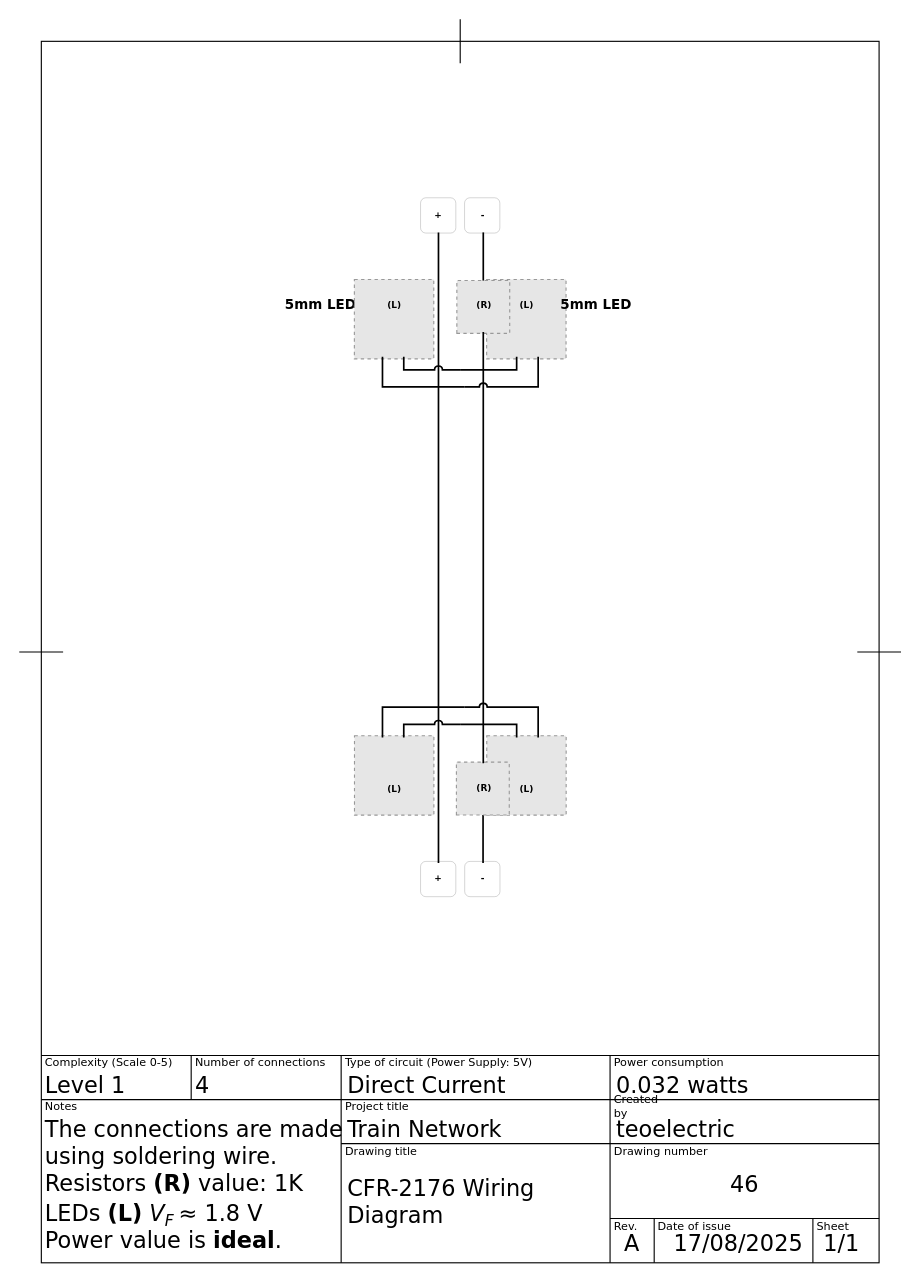
The draw.io diagram Projects/TrainNetwork/Wagons/CFR-2176/Design/WiringDiagram/DRAWIO/CFR-2176_Wiring_Diagram.drawio in teodormorosanu/Electronic-Projects, before the edit. Source tidied: cells renumbered, new cells numbered last; positions are measured from the earlier drawing's top-left corner, leaving out a move shared by most shapes. Both pictures are drawn from the tidied source at 112%, with x=0, y=0 at pixel (19, 19). Pictures stored in the file or linked from it are replaced by grey dashed boxes.
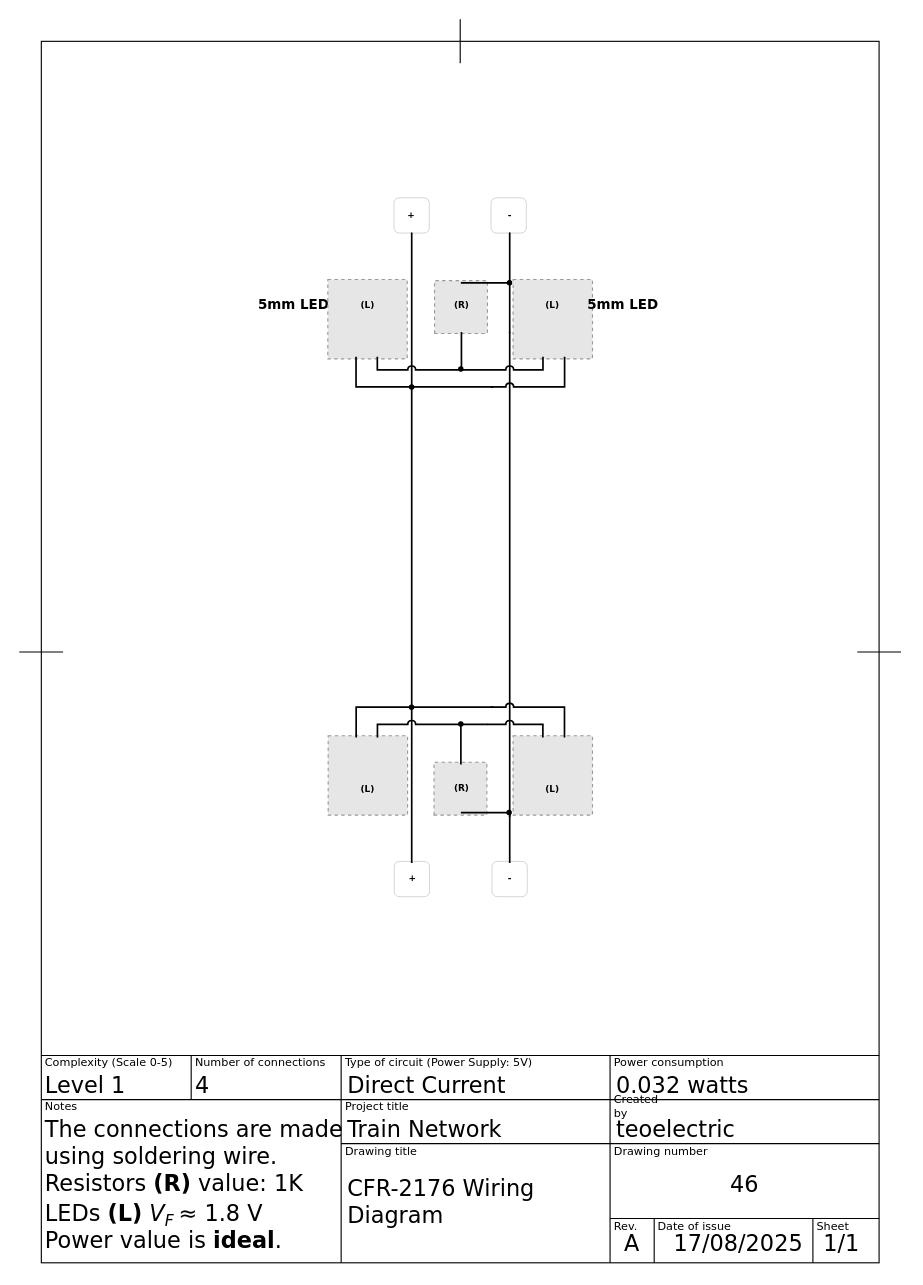
The same diagram, later.

Diff of the diagram source:
```diff
@@
     <mxCell id="42" value="&lt;font color=&quot;#000000&quot;&gt;5mm LED&lt;/font&gt;" style="text;html=1;align=center;verticalAlign=middle;whiteSpace=wrap;rounded=0;fontFamily=Verdana;fontSize=12;fontColor=#E41B17;fontStyle=1;labelBackgroundColor=none;labelBorderColor=none;textShadow=0;" parent="1" vertex="1">
-      <mxGeometry x="232" y="245.7" width="73.8" height="18.2" as="geometry" />
+      <mxGeometry x="208.3" y="245.7" width="73.8" height="18.2" as="geometry" />
     </mxCell>
@@
     <mxCell id="44" style="fillColor=#E6E6E6;strokeColor=#999999;dashed=1;verticalLabelPosition=bottom;verticalAlign=top;" parent="1" vertex="1">
-      <mxGeometry x="298.9" y="232" width="70.9" height="70.9" as="geometry" />
+      <mxGeometry x="275.2" y="232" width="70.9" height="70.9" as="geometry" />
     </mxCell>
     <mxCell id="45" style="fillColor=#E6E6E6;strokeColor=#999999;dashed=1;verticalLabelPosition=bottom;verticalAlign=top;" parent="1" vertex="1">
-      <mxGeometry x="417" y="232" width="70.9" height="70.9" as="geometry" />
+      <mxGeometry x="440.6" y="232" width="70.9" height="70.9" as="geometry" />
     </mxCell>
     <mxCell id="46" style="fillColor=#E6E6E6;strokeColor=#999999;dashed=1;verticalLabelPosition=bottom;verticalAlign=top;" parent="1" vertex="1">
-      <mxGeometry x="299" y="639.4" width="70.9" height="70.9" as="geometry" />
+      <mxGeometry x="275.5" y="639.4" width="70.9" height="70.9" as="geometry" />
     </mxCell>
     <mxCell id="47" style="fillColor=#E6E6E6;strokeColor=#999999;dashed=1;verticalLabelPosition=bottom;verticalAlign=top;" parent="1" vertex="1">
-      <mxGeometry x="417.1" y="639.4" width="70.9" height="70.9" as="geometry" />
+      <mxGeometry x="440.6" y="639.4" width="70.9" height="70.9" as="geometry" />
     </mxCell>
     <mxCell id="48" style="rounded=1;whiteSpace=wrap;html=1;fillColor=none;strokeWidth=0.15;" parent="1" vertex="1">
-      <mxGeometry x="397.3" y="159.1" width="31.5" height="31.5" as="geometry" />
+      <mxGeometry x="420.9" y="159.1" width="31.5" height="31.5" as="geometry" />
     </mxCell>
     <mxCell id="49" style="rounded=1;whiteSpace=wrap;html=1;fillColor=none;strokeWidth=0.15;" parent="1" vertex="1">
-      <mxGeometry x="358" y="159.1" width="31.5" height="31.5" as="geometry" />
+      <mxGeometry x="334.3" y="159.1" width="31.5" height="31.5" as="geometry" />
     </mxCell>
-    <mxCell id="50" style="rounded=1;whiteSpace=wrap;html=1;fillColor=none;strokeWidth=0.15;" parent="1" vertex="1">
-      <mxGeometry x="397.4" y="751.6" width="31.5" height="31.5" as="geometry" />
-    </mxCell>
     <mxCell id="51" style="rounded=1;whiteSpace=wrap;html=1;fillColor=none;strokeWidth=0.15;" parent="1" vertex="1">
-      <mxGeometry x="358" y="751.6" width="31.5" height="31.5" as="geometry" />
+      <mxGeometry x="334.5" y="751.6" width="31.5" height="31.5" as="geometry" />
     </mxCell>
     <mxCell id="52" value="&lt;font color=&quot;#000000&quot; style=&quot;font-size: 8px;&quot;&gt;+&lt;/font&gt;" style="text;html=1;align=center;verticalAlign=middle;whiteSpace=wrap;rounded=0;fontFamily=Verdana;fontSize=8;fontColor=#E41B17;fontStyle=1;labelBackgroundColor=none;labelBorderColor=none;textShadow=0;" parent="1" vertex="1">
-      <mxGeometry x="357" y="165.8" width="33.5" height="18.2" as="geometry" />
+      <mxGeometry x="333.4" y="165.8" width="33.5" height="18.2" as="geometry" />
     </mxCell>
     <mxCell id="53" value="&lt;font color=&quot;#000000&quot; style=&quot;font-size: 8px;&quot;&gt;-&lt;/font&gt;" style="text;html=1;align=center;verticalAlign=middle;whiteSpace=wrap;rounded=0;fontFamily=Verdana;fontSize=8;fontColor=#E41B17;fontStyle=1;labelBackgroundColor=none;labelBorderColor=none;textShadow=0;" parent="1" vertex="1">
-      <mxGeometry x="397.4" y="165.8" width="33.5" height="18.2" as="geometry" />
+      <mxGeometry x="420.9" y="165.8" width="33.5" height="18.2" as="geometry" />
     </mxCell>
     <mxCell id="54" value="&lt;font color=&quot;#000000&quot; style=&quot;font-size: 8px;&quot;&gt;+&lt;/font&gt;" style="text;html=1;align=center;verticalAlign=middle;whiteSpace=wrap;rounded=0;fontFamily=Verdana;fontSize=8;fontColor=#E41B17;fontStyle=1;labelBackgroundColor=none;labelBorderColor=none;textShadow=0;" parent="1" vertex="1">
-      <mxGeometry x="357" y="758.3" width="33.5" height="18.2" as="geometry" />
+      <mxGeometry x="333.5" y="758.3" width="33.5" height="18.2" as="geometry" />
     </mxCell>
-    <mxCell id="55" value="&lt;font color=&quot;#000000&quot; style=&quot;font-size: 8px;&quot;&gt;-&lt;/font&gt;" style="text;html=1;align=center;verticalAlign=middle;whiteSpace=wrap;rounded=0;fontFamily=Verdana;fontSize=8;fontColor=#E41B17;fontStyle=1;labelBackgroundColor=none;labelBorderColor=none;textShadow=0;" parent="1" vertex="1">
-      <mxGeometry x="397.4" y="758.3" width="33.5" height="18.2" as="geometry" />
-    </mxCell>
     <mxCell id="56" value="&lt;font color=&quot;#000000&quot; style=&quot;font-size: 8px;&quot;&gt;(L)&lt;/font&gt;" style="text;html=1;align=center;verticalAlign=middle;whiteSpace=wrap;rounded=0;fontFamily=Verdana;fontSize=8;fontColor=#E41B17;fontStyle=1;labelBackgroundColor=none;labelBorderColor=none;textShadow=0;" parent="1" vertex="1">
-      <mxGeometry x="317.7" y="245.7" width="33.5" height="18.2" as="geometry" />
+      <mxGeometry x="294.1" y="245.7" width="33.5" height="18.2" as="geometry" />
     </mxCell>
     <mxCell id="57" value="&lt;font color=&quot;#000000&quot; style=&quot;font-size: 8px;&quot;&gt;(L)&lt;/font&gt;" style="text;html=1;align=center;verticalAlign=middle;whiteSpace=wrap;rounded=0;fontFamily=Verdana;fontSize=8;fontColor=#E41B17;fontStyle=1;labelBackgroundColor=none;labelBorderColor=none;textShadow=0;" parent="1" vertex="1">
-      <mxGeometry x="435.7" y="245.7" width="33.5" height="18.2" as="geometry" />
+      <mxGeometry x="459.3" y="245.7" width="33.5" height="18.2" as="geometry" />
     </mxCell>
     <mxCell id="58" value="&lt;font color=&quot;#000000&quot; style=&quot;font-size: 8px;&quot;&gt;(L)&lt;/font&gt;" style="text;html=1;align=center;verticalAlign=middle;whiteSpace=wrap;rounded=0;fontFamily=Verdana;fontSize=8;fontColor=#E41B17;fontStyle=1;labelBackgroundColor=none;labelBorderColor=none;textShadow=0;" parent="1" vertex="1">
-      <mxGeometry x="317.6" y="677.5" width="33.5" height="18.2" as="geometry" />
+      <mxGeometry x="294.1" y="677.5" width="33.5" height="18.2" as="geometry" />
     </mxCell>
     <mxCell id="59" value="&lt;font color=&quot;#000000&quot; style=&quot;font-size: 8px;&quot;&gt;(L)&lt;/font&gt;" style="text;html=1;align=center;verticalAlign=middle;whiteSpace=wrap;rounded=0;fontFamily=Verdana;fontSize=8;fontColor=#E41B17;fontStyle=1;labelBackgroundColor=none;labelBorderColor=none;textShadow=0;" parent="1" vertex="1">
-      <mxGeometry x="435.7" y="677.5" width="33.5" height="18.2" as="geometry" />
+      <mxGeometry x="459.2" y="677.5" width="33.5" height="18.2" as="geometry" />
     </mxCell>
     <mxCell id="60" style="endArrow=none;html=1;rounded=0;strokeWidth=1.5;" parent="1" edge="1">
       <mxGeometry relative="1" as="geometry">
-        <mxPoint x="414" y="234" as="sourcePoint" />
-        <mxPoint x="414" y="190" as="targetPoint" />
+        <mxPoint x="437.6" y="280" as="sourcePoint" />
+        <mxPoint x="437.6" y="190" as="targetPoint" />
       </mxGeometry>
     </mxCell>
     <mxCell id="61" style="fillColor=#E6E6E6;strokeColor=#999999;dashed=1;verticalLabelPosition=bottom;verticalAlign=top;rotation=-90;" parent="1" vertex="1">
-      <mxGeometry x="390.4" y="233" width="47.2" height="47.2" as="geometry" />
+      <mxGeometry x="370.5" y="233.1" width="47.2" height="47.2" as="geometry" />
     </mxCell>
     <mxCell id="62" style="endArrow=none;html=1;rounded=0;strokeWidth=1.5;" parent="1" edge="1">
       <mxGeometry relative="1" as="geometry">
-        <mxPoint x="413.8" y="753" as="sourcePoint" />
-        <mxPoint x="413.8" y="709" as="targetPoint" />
+        <mxPoint x="437.6" y="753" as="sourcePoint" />
+        <mxPoint x="437.6" y="709" as="targetPoint" />
       </mxGeometry>
     </mxCell>
     <mxCell id="63" style="fillColor=#E6E6E6;strokeColor=#999999;dashed=1;verticalLabelPosition=bottom;verticalAlign=top;rotation=-90;" parent="1" vertex="1">
-      <mxGeometry x="390" y="663" width="47.2" height="47.2" as="geometry" />
+      <mxGeometry x="370" y="663.1" width="47.2" height="47.2" as="geometry" />
     </mxCell>
     <mxCell id="64" style="edgeStyle=segmentEdgeStyle;endArrow=none;html=1;curved=0;rounded=0;endSize=8;startSize=8;endFill=0;jumpStyle=none;strokeColor=#000000;strokeWidth=1.5;" parent="1" edge="1">
       <mxGeometry relative="1" as="geometry">
-        <mxPoint x="374" y="190" as="sourcePoint" />
-        <mxPoint x="374" y="753" as="targetPoint" />
+        <mxPoint x="350.1" y="190" as="sourcePoint" />
+        <mxPoint x="350.1" y="753" as="targetPoint" />
         <Array as="points">
-          <mxPoint x="374" y="450" />
-          <mxPoint x="374" y="450" />
+          <mxPoint x="350.1" y="450" />
+          <mxPoint x="350.1" y="450" />
         </Array>
       </mxGeometry>
     </mxCell>
-    <mxCell id="65" style="edgeStyle=segmentEdgeStyle;endArrow=none;html=1;curved=0;rounded=0;endSize=8;startSize=8;endFill=0;jumpStyle=none;strokeColor=#000000;strokeWidth=1.5;jumpSize=6;" parent="1" edge="1">
-      <mxGeometry relative="1" as="geometry">
-        <mxPoint x="394" y="312.7" as="sourcePoint" />
-        <mxPoint x="443.8" y="301" as="targetPoint" />
-        <Array as="points">
-          <mxPoint x="394" y="312.7" />
-          <mxPoint x="444" y="312.7" />
-        </Array>
-      </mxGeometry>
-    </mxCell>
     <mxCell id="66" style="endArrow=none;html=1;rounded=0;strokeWidth=1.5;jumpStyle=none;" parent="1" edge="1">
       <mxGeometry relative="1" as="geometry">
-        <mxPoint x="414" y="664" as="sourcePoint" />
-        <mxPoint x="414" y="279" as="targetPoint" />
+        <mxPoint x="437.6" y="712" as="sourcePoint" />
+        <mxPoint x="437.6" y="279" as="targetPoint" />
       </mxGeometry>
     </mxCell>
     <mxCell id="67" style="edgeStyle=segmentEdgeStyle;endArrow=none;html=1;curved=0;rounded=0;endSize=8;startSize=8;endFill=0;jumpStyle=arc;strokeColor=#000000;strokeWidth=1.5;jumpSize=6;" parent="1" edge="1">
       <mxGeometry relative="1" as="geometry">
-        <mxPoint x="394" y="312.7" as="sourcePoint" />
-        <mxPoint x="343" y="301" as="targetPoint" />
+        <mxPoint x="418" y="312.7" as="sourcePoint" />
+        <mxPoint x="319.4" y="301" as="targetPoint" />
         <Array as="points">
-          <mxPoint x="392.8" y="312.7" />
-          <mxPoint x="342.8" y="312.7" />
+          <mxPoint x="369.1" y="312.7" />
+          <mxPoint x="319.1" y="312.7" />
         </Array>
       </mxGeometry>
     </mxCell>
     <mxCell id="68" style="edgeStyle=segmentEdgeStyle;endArrow=none;html=1;curved=0;rounded=0;endSize=8;startSize=8;endFill=0;jumpStyle=arc;strokeColor=#000000;strokeWidth=1.5;jumpSize=6;" parent="1" edge="1">
       <mxGeometry relative="1" as="geometry">
-        <mxPoint x="397" y="328" as="sourcePoint" />
-        <mxPoint x="463" y="301" as="targetPoint" />
+        <mxPoint x="420.6" y="328" as="sourcePoint" />
+        <mxPoint x="486.6" y="301" as="targetPoint" />
         <Array as="points">
-          <mxPoint x="397" y="328" />
-          <mxPoint x="463" y="328" />
+          <mxPoint x="420.6" y="328" />
+          <mxPoint x="486.6" y="328" />
         </Array>
       </mxGeometry>
     </mxCell>
     <mxCell id="69" style="edgeStyle=segmentEdgeStyle;endArrow=none;html=1;curved=0;rounded=0;endSize=8;startSize=8;endFill=0;jumpStyle=none;strokeColor=#000000;strokeWidth=1.5;jumpSize=6;" parent="1" edge="1">
       <mxGeometry relative="1" as="geometry">
-        <mxPoint x="397" y="328" as="sourcePoint" />
-        <mxPoint x="324" y="301" as="targetPoint" />
+        <mxPoint x="423" y="328" as="sourcePoint" />
+        <mxPoint x="300.4" y="301" as="targetPoint" />
         <Array as="points">
-          <mxPoint x="390" y="328" />
-          <mxPoint x="324" y="328" />
+          <mxPoint x="366.4" y="328" />
+          <mxPoint x="300.4" y="328" />
         </Array>
       </mxGeometry>
     </mxCell>
-    <mxCell id="70" style="group;flipV=1;" parent="1" vertex="1">
-      <mxGeometry x="324" y="613.9" width="139" height="27" as="geometry" />
-    </mxCell>
+    <mxCell id="75" value="&lt;font color=&quot;#000000&quot;&gt;5mm LED&lt;/font&gt;" style="text;html=1;align=center;verticalAlign=middle;whiteSpace=wrap;rounded=0;fontFamily=Verdana;fontSize=12;fontColor=#E41B17;fontStyle=1;labelBackgroundColor=none;labelBorderColor=none;textShadow=0;" parent="1" vertex="1">
+      <mxGeometry x="501.6" y="245.7" width="73.8" height="18.2" as="geometry" />
+    </mxCell>
+    <mxCell id="76" value="&lt;font color=&quot;#000000&quot; style=&quot;font-size: 8px;&quot;&gt;(R)&lt;/font&gt;" style="text;html=1;align=center;verticalAlign=middle;whiteSpace=wrap;rounded=0;fontFamily=Verdana;fontSize=8;fontColor=#E41B17;fontStyle=1;labelBackgroundColor=none;labelBorderColor=none;textShadow=0;" parent="1" vertex="1">
+      <mxGeometry x="378.1" y="246.1" width="33.5" height="18.2" as="geometry" />
+    </mxCell>
+    <mxCell id="77" value="&lt;font color=&quot;#000000&quot; style=&quot;font-size: 8px;&quot;&gt;(R)&lt;/font&gt;" style="text;html=1;align=center;verticalAlign=middle;whiteSpace=wrap;rounded=0;fontFamily=Verdana;fontSize=8;fontColor=#E41B17;fontStyle=1;labelBackgroundColor=none;labelBorderColor=none;textShadow=0;" parent="1" vertex="1">
+      <mxGeometry x="378" y="677" width="33.5" height="18.2" as="geometry" />
+    </mxCell>
+    <mxCell id="50" style="rounded=1;whiteSpace=wrap;html=1;fillColor=none;strokeWidth=0.15;" parent="1" vertex="1">
+      <mxGeometry x="421.8" y="751.6" width="31.5" height="31.5" as="geometry" />
+    </mxCell>
+    <mxCell id="55" value="&lt;font color=&quot;#000000&quot; style=&quot;font-size: 8px;&quot;&gt;-&lt;/font&gt;" style="text;html=1;align=center;verticalAlign=middle;whiteSpace=wrap;rounded=0;fontFamily=Verdana;fontSize=8;fontColor=#E41B17;fontStyle=1;labelBackgroundColor=none;labelBorderColor=none;textShadow=0;" parent="1" vertex="1">
+      <mxGeometry x="420.9" y="758.3" width="33.5" height="18.2" as="geometry" />
+    </mxCell>
-    <mxCell id="71" style="edgeStyle=segmentEdgeStyle;endArrow=none;html=1;curved=0;rounded=0;endSize=8;startSize=8;endFill=0;jumpStyle=none;strokeColor=#000000;strokeWidth=1.5;jumpSize=6;" parent="70" edge="1">
+    <mxCell id="71" style="edgeStyle=segmentEdgeStyle;endArrow=none;html=1;curved=0;rounded=0;endSize=8;startSize=8;endFill=0;jumpStyle=arc;strokeColor=#000000;strokeWidth=1.5;jumpSize=6;" parent="1" edge="1">
       <mxGeometry relative="1" as="geometry">
-        <mxPoint x="70" y="15.3" as="sourcePoint" />
-        <mxPoint x="119.8" y="27" as="targetPoint" />
+        <mxPoint x="417.5" y="629.2" as="sourcePoint" />
+        <mxPoint x="467.2" y="640.9" as="targetPoint" />
         <Array as="points">
-          <mxPoint x="70" y="15.3" />
-          <mxPoint x="120" y="15.3" />
+          <mxPoint x="417.5" y="629.2" />
+          <mxPoint x="467.5" y="629.2" />
         </Array>
       </mxGeometry>
     </mxCell>
-    <mxCell id="72" style="edgeStyle=segmentEdgeStyle;endArrow=none;html=1;curved=0;rounded=0;endSize=8;startSize=8;endFill=0;jumpStyle=arc;strokeColor=#000000;strokeWidth=1.5;jumpSize=6;" parent="70" edge="1">
+    <mxCell id="72" style="edgeStyle=segmentEdgeStyle;endArrow=none;html=1;curved=0;rounded=0;endSize=8;startSize=8;endFill=0;jumpStyle=arc;strokeColor=#000000;strokeWidth=1.5;jumpSize=6;" parent="1" edge="1">
       <mxGeometry relative="1" as="geometry">
-        <mxPoint x="70" y="15.3" as="sourcePoint" />
-        <mxPoint x="19" y="27" as="targetPoint" />
+        <mxPoint x="418" y="629.2" as="sourcePoint" />
+        <mxPoint x="319.5" y="640.9" as="targetPoint" />
         <Array as="points">
-          <mxPoint x="68.8" y="15.3" />
-          <mxPoint x="18.8" y="15.3" />
+          <mxPoint x="369.2" y="629.2" />
+          <mxPoint x="319.2" y="629.2" />
         </Array>
       </mxGeometry>
     </mxCell>
-    <mxCell id="73" style="edgeStyle=segmentEdgeStyle;endArrow=none;html=1;curved=0;rounded=0;endSize=8;startSize=8;endFill=0;jumpStyle=arc;strokeColor=#000000;strokeWidth=1.5;jumpSize=6;" parent="70" edge="1">
+    <mxCell id="73" style="edgeStyle=segmentEdgeStyle;endArrow=none;html=1;curved=0;rounded=0;endSize=8;startSize=8;endFill=0;jumpStyle=arc;strokeColor=#000000;strokeWidth=1.5;jumpSize=6;" parent="1" edge="1">
       <mxGeometry relative="1" as="geometry">
-        <mxPoint x="73" as="sourcePoint" />
-        <mxPoint x="139" y="27" as="targetPoint" />
+        <mxPoint x="420.5" y="613.9" as="sourcePoint" />
+        <mxPoint x="486.5" y="640.9" as="targetPoint" />
         <Array as="points">
-          <mxPoint x="73" />
-          <mxPoint x="139" />
+          <mxPoint x="420.5" y="613.9" />
+          <mxPoint x="486.5" y="613.9" />
         </Array>
       </mxGeometry>
     </mxCell>
-    <mxCell id="74" style="edgeStyle=segmentEdgeStyle;endArrow=none;html=1;curved=0;rounded=0;endSize=8;startSize=8;endFill=0;jumpStyle=none;strokeColor=#000000;strokeWidth=1.5;jumpSize=6;" parent="70" edge="1">
+    <mxCell id="74" style="edgeStyle=segmentEdgeStyle;endArrow=none;html=1;curved=0;rounded=0;endSize=8;startSize=8;endFill=0;jumpStyle=none;strokeColor=#000000;strokeWidth=1.5;jumpSize=6;" parent="1" edge="1">
       <mxGeometry relative="1" as="geometry">
-        <mxPoint x="73" as="sourcePoint" />
-        <mxPoint y="27" as="targetPoint" />
+        <mxPoint x="423" y="613.9" as="sourcePoint" />
+        <mxPoint x="300.5" y="640.9" as="targetPoint" />
         <Array as="points">
-          <mxPoint x="66" />
-          <mxPoint />
+          <mxPoint x="366.5" y="613.9" />
+          <mxPoint x="300.5" y="613.9" />
         </Array>
       </mxGeometry>
     </mxCell>
-    <mxCell id="75" value="&lt;font color=&quot;#000000&quot;&gt;5mm LED&lt;/font&gt;" style="text;html=1;align=center;verticalAlign=middle;whiteSpace=wrap;rounded=0;fontFamily=Verdana;fontSize=12;fontColor=#E41B17;fontStyle=1;labelBackgroundColor=none;labelBorderColor=none;textShadow=0;" parent="1" vertex="1">
-      <mxGeometry x="478" y="245.7" width="73.8" height="18.2" as="geometry" />
-    </mxCell>
-    <mxCell id="76" value="&lt;font color=&quot;#000000&quot; style=&quot;font-size: 8px;&quot;&gt;(R)&lt;/font&gt;" style="text;html=1;align=center;verticalAlign=middle;whiteSpace=wrap;rounded=0;fontFamily=Verdana;fontSize=8;fontColor=#E41B17;fontStyle=1;labelBackgroundColor=none;labelBorderColor=none;textShadow=0;" parent="1" vertex="1">
-      <mxGeometry x="398" y="246" width="33.5" height="18.2" as="geometry" />
-    </mxCell>
-    <mxCell id="77" value="&lt;font color=&quot;#000000&quot; style=&quot;font-size: 8px;&quot;&gt;(R)&lt;/font&gt;" style="text;html=1;align=center;verticalAlign=middle;whiteSpace=wrap;rounded=0;fontFamily=Verdana;fontSize=8;fontColor=#E41B17;fontStyle=1;labelBackgroundColor=none;labelBorderColor=none;textShadow=0;" parent="1" vertex="1">
-      <mxGeometry x="398" y="676.8" width="33.5" height="18.2" as="geometry" />
-    </mxCell>
+    <mxCell id="65" style="edgeStyle=segmentEdgeStyle;endArrow=none;html=1;curved=0;rounded=0;endSize=8;startSize=8;endFill=0;jumpStyle=arc;strokeColor=#000000;strokeWidth=1.5;jumpSize=6;" parent="1" edge="1">
+      <mxGeometry relative="1" as="geometry">
+        <mxPoint x="417.6" y="312.7" as="sourcePoint" />
+        <mxPoint x="467.3" y="301" as="targetPoint" />
+        <Array as="points">
+          <mxPoint x="417.6" y="312.7" />
+          <mxPoint x="467.6" y="312.7" />
+        </Array>
+      </mxGeometry>
+    </mxCell>
+    <mxCell id="78" style="endArrow=none;html=1;rounded=0;strokeWidth=1.5;" parent="1" edge="1">
+      <mxGeometry relative="1" as="geometry">
+        <mxPoint x="394.5" y="313" as="sourcePoint" />
+        <mxPoint x="394.5" y="279" as="targetPoint" />
+      </mxGeometry>
+    </mxCell>
+    <mxCell id="79" style="endArrow=none;html=1;rounded=0;strokeWidth=1.5;" parent="1" edge="1">
+      <mxGeometry relative="1" as="geometry">
+        <mxPoint x="394" y="665" as="sourcePoint" />
+        <mxPoint x="394" y="629" as="targetPoint" />
+      </mxGeometry>
+    </mxCell>
+    <mxCell id="80" style="endArrow=none;html=1;rounded=0;strokeWidth=1.5;" parent="1" edge="1">
+      <mxGeometry relative="1" as="geometry">
+        <mxPoint x="437" y="708" as="sourcePoint" />
+        <mxPoint x="394" y="708" as="targetPoint" />
+      </mxGeometry>
+    </mxCell>
+    <mxCell id="81" style="endArrow=none;html=1;rounded=0;strokeWidth=1.5;" parent="1" edge="1">
+      <mxGeometry relative="1" as="geometry">
+        <mxPoint x="437" y="235" as="sourcePoint" />
+        <mxPoint x="394" y="235" as="targetPoint" />
+      </mxGeometry>
+    </mxCell>
+    <mxCell id="82" style="ellipse;whiteSpace=wrap;html=1;fillColor=#000000;" parent="1" vertex="1">
+      <mxGeometry x="392" y="627" width="3.9" height="3.9" as="geometry" />
+    </mxCell>
+    <mxCell id="83" style="ellipse;whiteSpace=wrap;html=1;fillColor=#000000;" parent="1" vertex="1">
+      <mxGeometry x="435.1" y="706" width="3.9" height="3.9" as="geometry" />
+    </mxCell>
+    <mxCell id="84" style="ellipse;whiteSpace=wrap;html=1;fillColor=#000000;" parent="1" vertex="1">
+      <mxGeometry x="348" y="612" width="3.9" height="3.9" as="geometry" />
+    </mxCell>
+    <mxCell id="85" style="ellipse;whiteSpace=wrap;html=1;fillColor=#000000;" parent="1" vertex="1">
+      <mxGeometry x="348.1" y="326" width="3.9" height="3.9" as="geometry" />
+    </mxCell>
+    <mxCell id="86" style="ellipse;whiteSpace=wrap;html=1;fillColor=#000000;" parent="1" vertex="1">
+      <mxGeometry x="392" y="310" width="3.9" height="3.9" as="geometry" />
+    </mxCell>
+    <mxCell id="87" style="ellipse;whiteSpace=wrap;html=1;fillColor=#000000;" parent="1" vertex="1">
+      <mxGeometry x="435.5" y="233" width="3.9" height="3.9" as="geometry" />
+    </mxCell>
```
